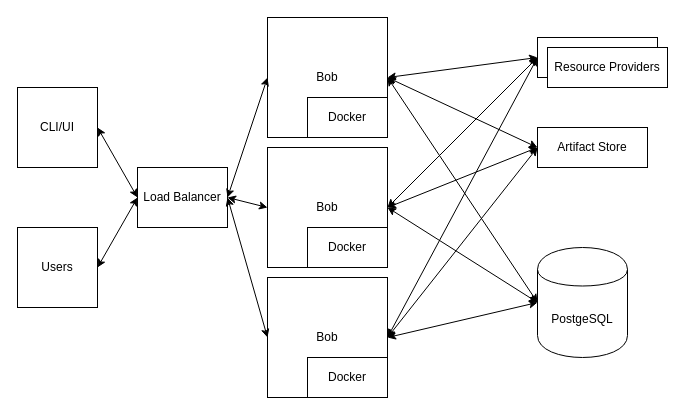
Before: diagrams/bob-arch.drawio.xml in bob-cd/bob, a draw.io diagram. Source tidied: cells renumbered, new cells numbered last; positions are measured from the earlier drawing's top-left corner, leaving out a move shared by most shapes. Both pictures are drawn from the tidied source at 100%, with x=0, y=0 at pixel (17, 17).
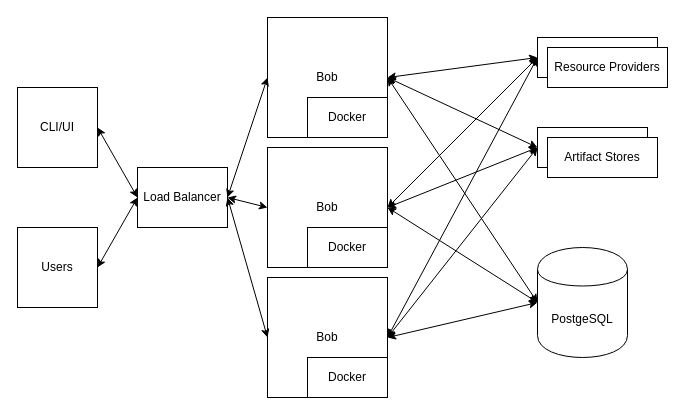
Above is the later version.

Change to the diagram source:
```diff
@@
-    <mxCell id="3" value="Artifact Store" style="rounded=0;whiteSpace=wrap;html=1;" parent="1" vertex="1">
+    <mxCell id="3" style="rounded=0;whiteSpace=wrap;html=1;" parent="1" vertex="1">
       <mxGeometry x="520" y="110" width="110" height="40" as="geometry" />
     </mxCell>
@@
+    <mxCell id="33" value="Artifact Stores" style="rounded=0;whiteSpace=wrap;html=1;" parent="1" vertex="1">
+      <mxGeometry x="530" y="120" width="110" height="40" as="geometry" />
+    </mxCell>
```
